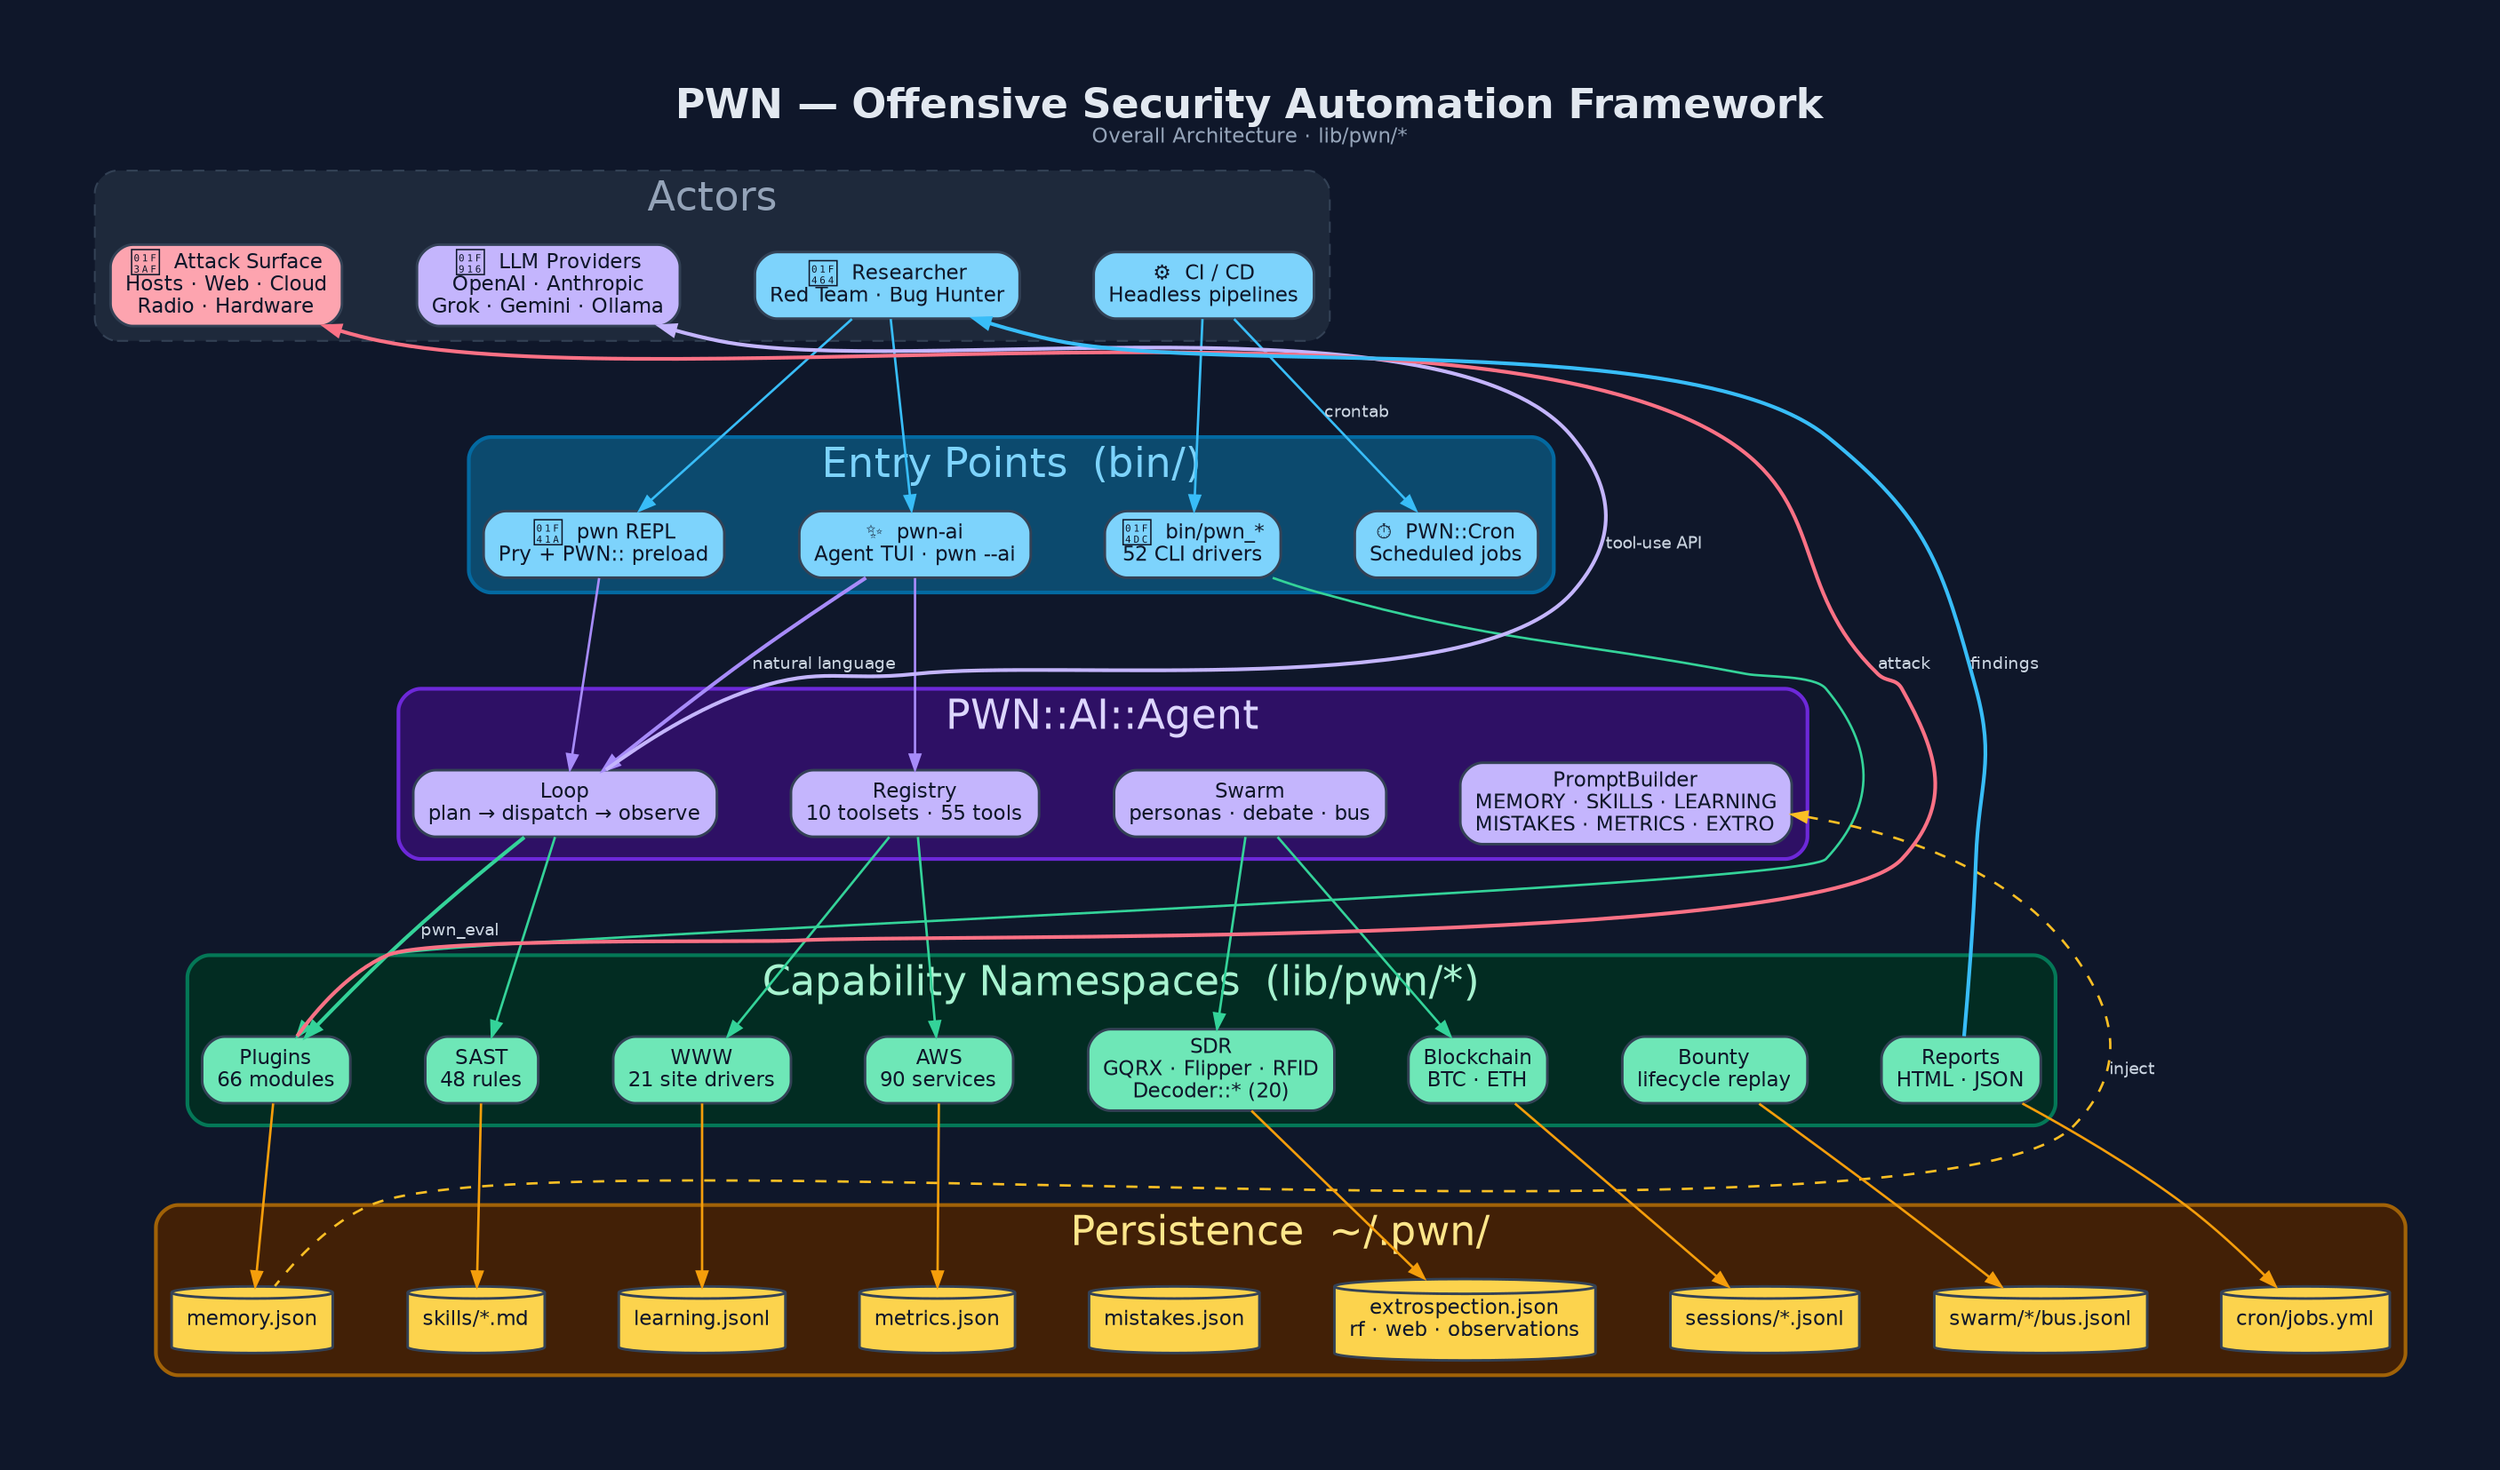
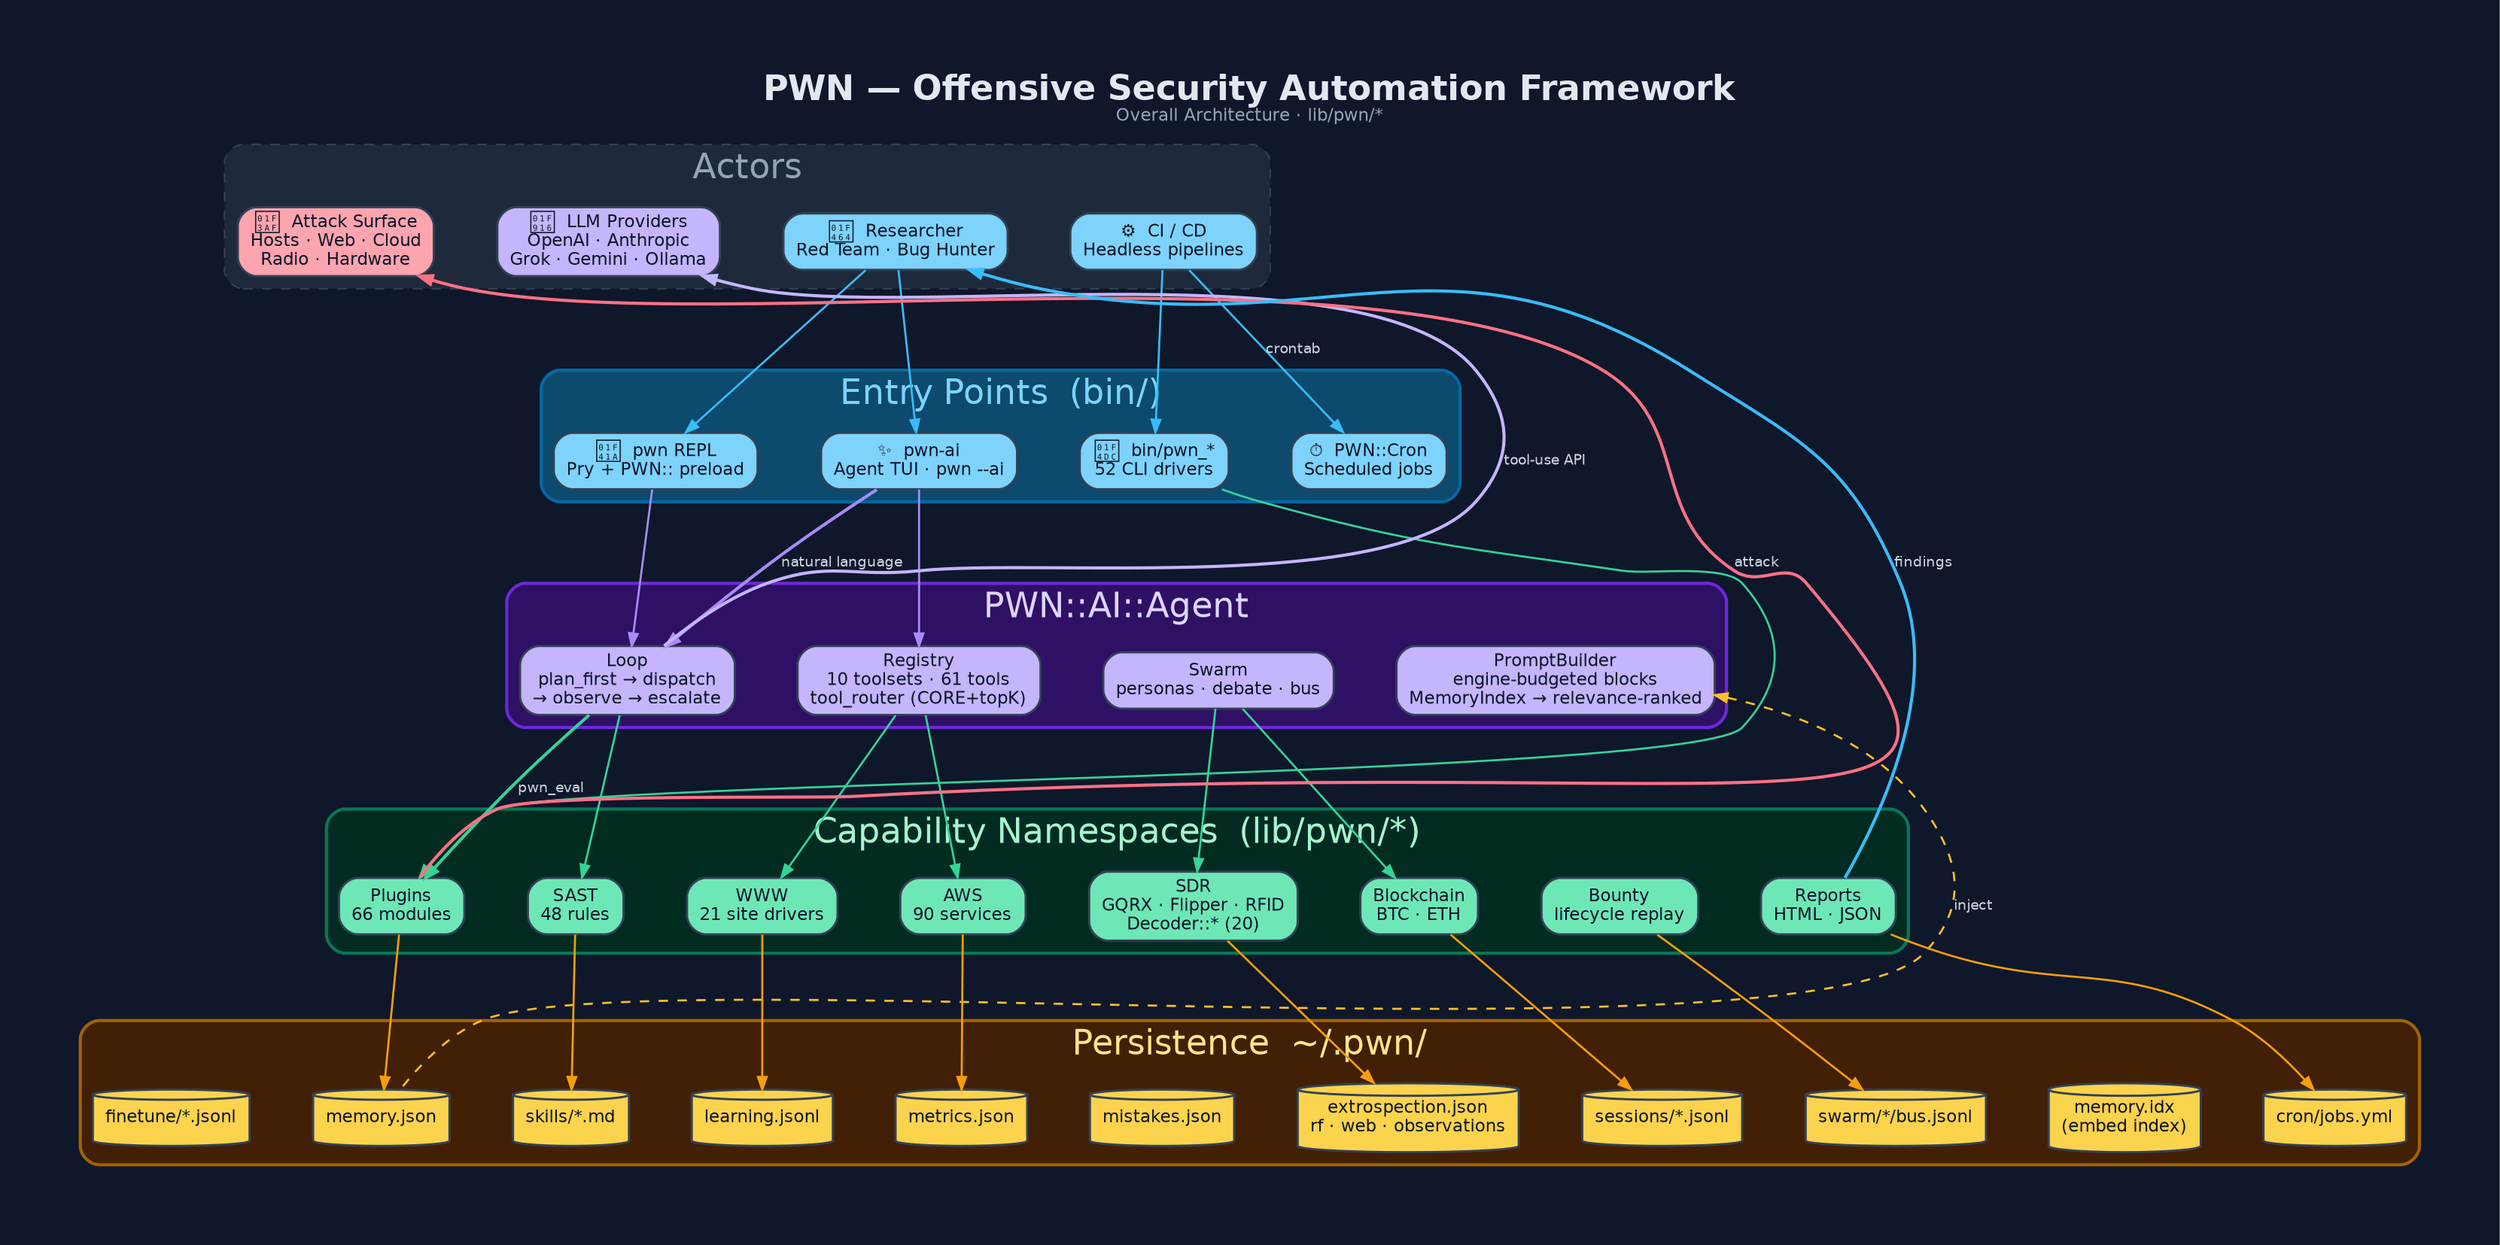
digraph "PWN_Overall_Architecture" {
  graph [
    label=<<B>PWN — Offensive Security Automation Framework</B><BR/><FONT POINT-SIZE="11" COLOR="#94a3b8">Overall Architecture · lib/pwn/*</FONT>>,
    labelloc=t, fontsize=22, fontname="Helvetica",
    rankdir=TB, splines=spline, nodesep=0.55, ranksep=1.15,
    bgcolor="#0f172a", fontcolor="#e2e8f0", pad=0.6, compound=true, newrank=true
  ];
  node [fontname="Helvetica", fontsize=11, style="filled,rounded",
        shape=box, penwidth=1.4, color="#334155", fontcolor="#0f172a"];
  edge [fontname="Helvetica", fontsize=9, color="#94a3b8",
        fontcolor="#cbd5e1", penwidth=1.3, arrowsize=0.8];

  /* ───────── L0 · ACTORS ───────── */
  subgraph cluster_actors {
    label="Actors"; fontcolor="#94a3b8"; style="rounded,dashed";
    color="#334155"; bgcolor="#1e293b";
    User   [label="👤  Researcher\nRed Team · Bug Hunter", fillcolor="#7dd3fc"];
    CI     [label="⚙️  CI / CD\nHeadless pipelines",       fillcolor="#7dd3fc"];
    LLM    [label="🤖  LLM Providers\nOpenAI · Anthropic\nGrok · Gemini · Ollama", fillcolor="#c4b5fd"];
    Target [label="🎯  Attack Surface\nHosts · Web · Cloud\nRadio · Hardware", fillcolor="#fda4af"];
  }
  {rank=same; User; CI; LLM; Target}

  /* ───────── L1 · ENTRY POINTS ───────── */
  subgraph cluster_entry {
    label="Entry Points  (bin/)"; fontcolor="#7dd3fc";
    style=rounded; color="#0369a1"; bgcolor="#0c4a6e"; penwidth=2;
    REPL  [label="🐚  pwn REPL\nPry + PWN:: preload",       fillcolor="#7dd3fc"];
    PwnAI [label="✨  pwn-ai\nAgent TUI · pwn --ai",         fillcolor="#7dd3fc"];
    CLI   [label="📜  bin/pwn_*\n52 CLI drivers",            fillcolor="#7dd3fc"];
    Cronb [label="⏱  PWN::Cron\nScheduled jobs",            fillcolor="#7dd3fc"];
  }
  {rank=same; REPL; PwnAI; CLI; Cronb}

  /* ───────── L2 · AI AGENT CORE ───────── */
  subgraph cluster_agent {
    label="PWN::AI::Agent"; fontcolor="#ddd6fe";
    style=rounded; color="#6d28d9"; bgcolor="#2e1065"; penwidth=2;
-     Loop     [label="Loop\nplan → dispatch → observe",      fillcolor="#c4b5fd"];
-     Registry [label="Registry\n10 toolsets · 55 tools",    fillcolor="#c4b5fd"];
+     Loop     [label="Loop\nplan_first → dispatch\n→ observe → escalate",      fillcolor="#c4b5fd"];
+     Registry [label="Registry\n10 toolsets · 61 tools\ntool_router (CORE+topK)",    fillcolor="#c4b5fd"];
    Swarm    [label="Swarm\npersonas · debate · bus",        fillcolor="#c4b5fd"];
-     Prompt   [label="PromptBuilder\nMEMORY · SKILLS · LEARNING\nMISTAKES · METRICS · EXTRO",fillcolor="#c4b5fd"];
+     Prompt   [label="PromptBuilder\nengine-budgeted blocks\nMemoryIndex → relevance-ranked",fillcolor="#c4b5fd"];
  }
  {rank=same; Loop; Registry; Swarm; Prompt}

  /* ───────── L3 · CAPABILITY NAMESPACES ───────── */
  subgraph cluster_caps {
    label="Capability Namespaces  (lib/pwn/*)"; fontcolor="#a7f3d0";
    style=rounded; color="#047857"; bgcolor="#022c22"; penwidth=2;
    Plugins [label="Plugins\n66 modules",     fillcolor="#6ee7b7"];
    SAST    [label="SAST\n48 rules",          fillcolor="#6ee7b7"];
    WWW     [label="WWW\n21 site drivers",    fillcolor="#6ee7b7"];
    AWS     [label="AWS\n90 services",        fillcolor="#6ee7b7"];
    SDR     [label="SDR\nGQRX · Flipper · RFID\nDecoder::* (20)", fillcolor="#6ee7b7"];
    Chain   [label="Blockchain\nBTC · ETH",   fillcolor="#6ee7b7"];
    Bounty  [label="Bounty\nlifecycle replay", fillcolor="#6ee7b7"];
    Reports [label="Reports\nHTML · JSON",    fillcolor="#6ee7b7"];
  }
  {rank=same; Plugins; SAST; WWW; AWS; SDR; Chain; Bounty; Reports}

  /* ───────── L4 · PERSISTENCE (~/.pwn) ───────── */
  subgraph cluster_persist {
    label="Persistence  ~/.pwn/"; fontcolor="#fde68a";
    style=rounded; color="#a16207"; bgcolor="#422006"; penwidth=2;
    Memory   [label="memory.json",       shape=cylinder, fillcolor="#fcd34d"];
+     MemIdx   [label="memory.idx\n(embed index)", shape=cylinder, fillcolor="#fcd34d"];
    Skills   [label="skills/*.md",        shape=cylinder, fillcolor="#fcd34d"];
    Learn    [label="learning.jsonl",     shape=cylinder, fillcolor="#fcd34d"];
    Metrics  [label="metrics.json",       shape=cylinder, fillcolor="#fcd34d"];
    MistF    [label="mistakes.json",      shape=cylinder, fillcolor="#fcd34d"];
    Extro    [label="extrospection.json\nrf · web · observations", shape=cylinder, fillcolor="#fcd34d"];
    Sessions [label="sessions/*.jsonl",   shape=cylinder, fillcolor="#fcd34d"];
    SwarmB   [label="swarm/*/bus.jsonl",  shape=cylinder, fillcolor="#fcd34d"];
    CronF    [label="cron/jobs.yml",      shape=cylinder, fillcolor="#fcd34d"];
+     Finetune [label="finetune/*.jsonl", shape=cylinder, fillcolor="#fcd34d"];
  }
-   {rank=same; Memory; Skills; Learn; Metrics; MistF; Extro; Sessions; SwarmB; CronF}
+   {rank=same; Memory; MemIdx; Skills; Learn; Metrics; MistF; Extro; Sessions; SwarmB; CronF; Finetune}

  /* ── L0 → L1 ── */
  User -> REPL   [color="#38bdf8"];
  User -> PwnAI  [color="#38bdf8"];
  CI   -> CLI    [color="#38bdf8"];
  CI   -> Cronb  [label="crontab", color="#38bdf8"];

  /* ── L1 → L2 ── */
  REPL  -> Loop     [color="#a78bfa"];
  PwnAI -> Loop     [label="natural language", color="#a78bfa", penwidth=2];
  PwnAI -> Registry [color="#a78bfa"];
  CLI   -> Swarm    [style=invis];
  Cronb -> Prompt   [style=invis];

  /* ── L2 → L3 ── */
  Loop     -> Plugins [label="pwn_eval", color="#34d399", penwidth=2];
  Loop     -> SAST    [color="#34d399"];
  Registry -> WWW     [color="#34d399"];
  Registry -> AWS     [color="#34d399"];
  Swarm    -> SDR     [color="#34d399"];
  Swarm    -> Chain   [color="#34d399"];
  Prompt   -> Bounty  [style=invis];
  Prompt   -> Reports [style=invis];
  CLI      -> Plugins [color="#34d399", constraint=false];

  /* ── L3 → L4 ── */
  Plugins -> Memory   [color="#f59e0b"];
  SAST    -> Skills   [color="#f59e0b"];
  WWW     -> Learn    [color="#f59e0b"];
  AWS     -> Metrics  [color="#f59e0b"];
  SDR     -> MistF    [style=invis];
  SDR     -> Extro    [color="#f59e0b"];
  Chain   -> Sessions [color="#f59e0b"];
  Bounty  -> SwarmB   [color="#f59e0b"];
  Reports -> CronF    [color="#f59e0b"];

  /* ── side flows (few, non-constraining) ── */
  Loop    -> LLM    [label="tool-use API", color="#c4b5fd", constraint=false, penwidth=2];
  Plugins -> Target [label="attack",       color="#fb7185", constraint=false, penwidth=2];
  Prompt  -> Memory [label="inject", dir=back, color="#fbbf24", constraint=false, style=dashed];
  Reports -> User   [label="findings", color="#38bdf8", constraint=false, penwidth=2];
}
